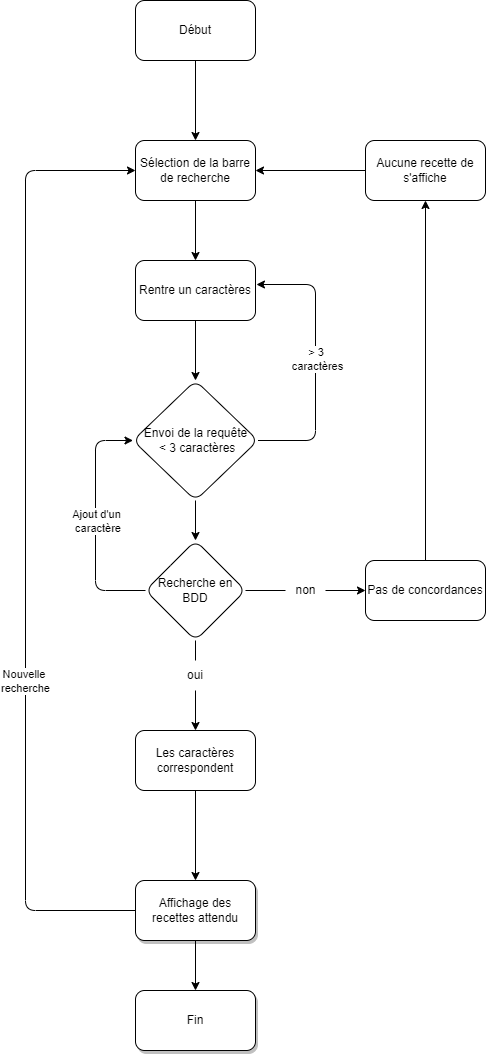
The draw.io diagram public/docs/P07 Search BDD-Page-1.drawio.png in Yan-Coquoz/P07-front-end_search-engine, before a commit. Source tidied: cells renumbered, new cells last; positions are measured from the earlier drawing's top-left corner, leaving out a move shared by most shapes.
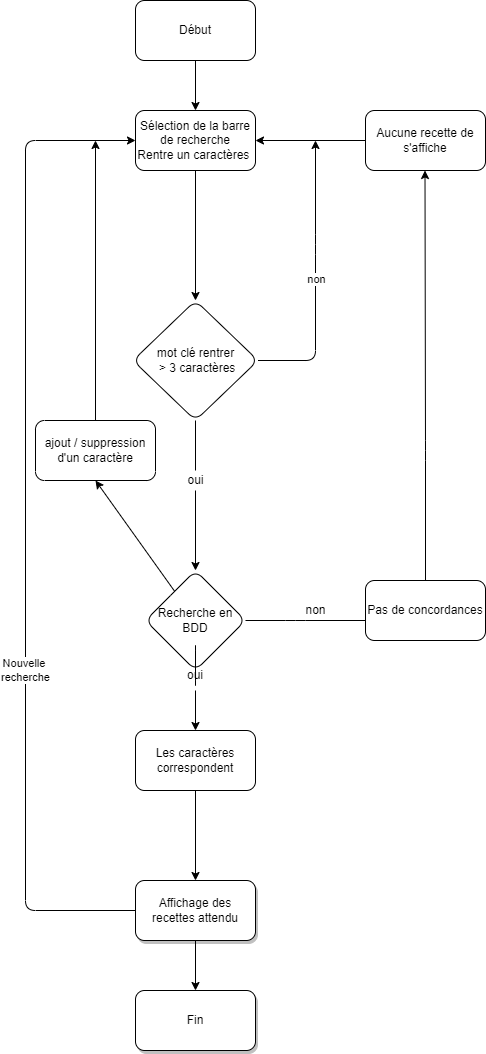
After the commit.

Commit message:
ajout un fichier de test de perf sur les boucles

What changed in the source:
```diff
@@ -8,45 +8,20 @@
     <mxCell id="3" value="Début" style="whiteSpace=wrap;html=1;rounded=1;" parent="1" vertex="1">
       <mxGeometry x="110" width="120" height="60" as="geometry" />
     </mxCell>
-    <mxCell id="4" style="edgeStyle=orthogonalEdgeStyle;jettySize=auto;html=1;" parent="1" edge="1" source="5" target="7">
+    <mxCell id="4" style="edgeStyle=orthogonalEdgeStyle;jettySize=auto;html=1;entryX=0.5;entryY=0;entryDx=0;entryDy=0;" parent="1" edge="1" source="5" target="26">
       <mxGeometry relative="1" as="geometry" />
     </mxCell>
-    <mxCell id="5" value="Sélection de la barre de recherche" style="whiteSpace=wrap;html=1;rounded=1;" parent="1" vertex="1">
-      <mxGeometry x="110" y="140" width="120" height="60" as="geometry" />
+    <mxCell id="5" value="Sélection de la barre de recherche&lt;br&gt;Rentre un caractères&amp;nbsp;" style="whiteSpace=wrap;html=1;rounded=1;" parent="1" vertex="1">
+      <mxGeometry x="110" y="110" width="120" height="60" as="geometry" />
     </mxCell>
-    <mxCell id="6" style="edgeStyle=orthogonalEdgeStyle;jettySize=auto;html=1;" parent="1" edge="1" source="7" target="26">
-      <mxGeometry relative="1" as="geometry" />
-    </mxCell>
-    <mxCell id="7" value="Rentre un caractères" style="whiteSpace=wrap;html=1;rounded=1;" parent="1" vertex="1">
-      <mxGeometry x="110" y="260" width="120" height="60" as="geometry" />
-    </mxCell>
     <mxCell id="8" style="edgeStyle=orthogonalEdgeStyle;jettySize=auto;html=1;startArrow=none;" parent="1" edge="1" source="29" target="14">
       <mxGeometry relative="1" as="geometry" />
     </mxCell>
-    <mxCell id="9" style="edgeStyle=orthogonalEdgeStyle;jettySize=auto;html=1;startArrow=none;" parent="1" edge="1" source="27">
-      <mxGeometry relative="1" as="geometry">
-        <mxPoint x="340" y="590" as="targetPoint" />
-        <Array as="points">
-          <mxPoint x="260" y="590" />
-          <mxPoint x="260" y="590" />
-        </Array>
-      </mxGeometry>
-    </mxCell>
-    <mxCell id="10" style="edgeStyle=orthogonalEdgeStyle;rounded=1;jettySize=auto;html=1;entryX=0;entryY=0.5;entryDx=0;entryDy=0;" parent="1" edge="1" source="12" target="26">
-      <mxGeometry relative="1" as="geometry">
-        <Array as="points">
-          <mxPoint x="70" y="590" />
-          <mxPoint x="70" y="440" />
-        </Array>
-      </mxGeometry>
-    </mxCell>
-    <mxCell id="11" value="Ajout d'un&lt;br&gt;&amp;nbsp;caractère" style="edgeLabel;html=1;align=center;verticalAlign=middle;" parent="10" vertex="1">
-      <mxGeometry x="0.17" y="8" relative="1" as="geometry">
-        <mxPoint x="8" y="19" as="offset" />
-      </mxGeometry>
-    </mxCell>
+    <mxCell id="32" style="edgeStyle=none;html=1;entryX=1;entryY=0.5;entryDx=0;entryDy=0;" parent="1" edge="1" source="12" target="36">
+      <mxGeometry relative="1" as="geometry" />
+    </mxCell>
     <mxCell id="12" value="Recherche en BDD" style="rhombus;whiteSpace=wrap;html=1;rounded=1;" parent="1" vertex="1">
-      <mxGeometry x="120" y="540" width="100" height="100" as="geometry" />
+      <mxGeometry x="120" y="570" width="100" height="100" as="geometry" />
     </mxCell>
     <mxCell id="13" style="edgeStyle=orthogonalEdgeStyle;jettySize=auto;html=1;" parent="1" edge="1" source="14" target="18">
       <mxGeometry relative="1" as="geometry" />
@@ -54,11 +29,11 @@
     <mxCell id="14" value="Les caractères correspondent" style="whiteSpace=wrap;html=1;rounded=1;" parent="1" vertex="1">
       <mxGeometry x="110" y="730" width="120" height="60" as="geometry" />
     </mxCell>
-    <mxCell id="15" style="edgeStyle=orthogonalEdgeStyle;jettySize=auto;html=1;entryX=0;entryY=0.5;entryDx=0;entryDy=0;exitX=0;exitY=0.5;exitDx=0;exitDy=0;" parent="1" edge="1" source="18" target="5">
+    <mxCell id="15" style="edgeStyle=orthogonalEdgeStyle;jettySize=auto;html=1;exitX=0;exitY=0.5;exitDx=0;exitDy=0;entryX=0;entryY=0.5;entryDx=0;entryDy=0;" parent="1" edge="1" source="18" target="5">
       <mxGeometry relative="1" as="geometry">
         <Array as="points">
           <mxPoint y="910" />
-          <mxPoint y="170" />
+          <mxPoint y="140" />
         </Array>
       </mxGeometry>
     </mxCell>
@@ -71,53 +46,43 @@
     <mxCell id="18" value="Affichage des recettes attendu" style="whiteSpace=wrap;html=1;shadow=1;rounded=1;" parent="1" vertex="1">
       <mxGeometry x="110" y="880" width="120" height="60" as="geometry" />
     </mxCell>
-    <mxCell id="19" style="edgeStyle=orthogonalEdgeStyle;orthogonalLoop=1;jettySize=auto;html=1;" parent="1" edge="1">
+    <mxCell id="19" style="edgeStyle=orthogonalEdgeStyle;jettySize=auto;html=1;exitX=0.5;exitY=0;exitDx=0;exitDy=0;" parent="1" edge="1" source="20">
       <mxGeometry relative="1" as="geometry">
-        <mxPoint x="400" y="560" as="sourcePoint" />
-        <mxPoint x="400" y="200" as="targetPoint" />
+        <mxPoint x="399.5" y="170" as="targetPoint" />
+        <Array as="points">
+          <mxPoint x="400" y="450" />
+        </Array>
       </mxGeometry>
     </mxCell>
     <mxCell id="20" value="Pas de concordances" style="whiteSpace=wrap;html=1;rounded=1;" parent="1" vertex="1">
-      <mxGeometry x="340" y="560" width="120" height="60" as="geometry" />
+      <mxGeometry x="340" y="580" width="120" height="60" as="geometry" />
     </mxCell>
-    <mxCell id="21" style="edgeStyle=orthogonalEdgeStyle;jettySize=auto;html=1;" parent="1" edge="1" target="5">
-      <mxGeometry relative="1" as="geometry">
-        <mxPoint x="340" y="170" as="sourcePoint" />
-      </mxGeometry>
+    <mxCell id="21" style="edgeStyle=orthogonalEdgeStyle;jettySize=auto;html=1;exitX=0;exitY=0.5;exitDx=0;exitDy=0;" parent="1" edge="1" source="22" target="5">
+      <mxGeometry relative="1" as="geometry" />
     </mxCell>
     <mxCell id="22" value="Aucune recette de s'affiche" style="whiteSpace=wrap;html=1;rounded=1;" parent="1" vertex="1">
-      <mxGeometry x="340" y="140" width="120" height="60" as="geometry" />
+      <mxGeometry x="340" y="110" width="120" height="60" as="geometry" />
     </mxCell>
-    <mxCell id="23" style="edgeStyle=orthogonalEdgeStyle;jettySize=auto;html=1;" parent="1" edge="1" source="26" target="12">
-      <mxGeometry relative="1" as="geometry" />
-    </mxCell>
-    <mxCell id="24" style="edgeStyle=orthogonalEdgeStyle;rounded=1;jettySize=auto;html=1;entryX=1.008;entryY=0.4;entryDx=0;entryDy=0;entryPerimeter=0;startArrow=none;exitX=1;exitY=0.5;exitDx=0;exitDy=0;" parent="1" edge="1" source="26" target="7">
+    <mxCell id="24" style="edgeStyle=orthogonalEdgeStyle;rounded=1;jettySize=auto;html=1;startArrow=none;exitX=1;exitY=0.5;exitDx=0;exitDy=0;" parent="1" edge="1" source="26">
       <mxGeometry relative="1" as="geometry">
+        <mxPoint x="290" y="140" as="targetPoint" />
         <Array as="points">
-          <mxPoint x="290" y="440" />
-          <mxPoint x="290" y="284" />
+          <mxPoint x="290" y="360" />
+          <mxPoint x="290" y="244" />
         </Array>
       </mxGeometry>
     </mxCell>
-    <mxCell id="25" value="&amp;gt; 3&amp;nbsp;&lt;br&gt;caractères" style="edgeLabel;html=1;align=center;verticalAlign=middle;" parent="24" vertex="1">
-      <mxGeometry x="0.12" y="-1" relative="1" as="geometry">
-        <mxPoint y="14" as="offset" />
-      </mxGeometry>
-    </mxCell>
+    <mxCell id="33" value="non" style="edgeLabel;html=1;align=center;verticalAlign=middle;" parent="24" vertex="1">
+      <mxGeometry x="-0.3" relative="1" as="geometry">
+        <mxPoint y="-42" as="offset" />
+      </mxGeometry>
+    </mxCell>
+    <mxCell id="34" style="edgeStyle=none;html=1;entryX=0.5;entryY=0;entryDx=0;entryDy=0;startArrow=none;" parent="1" edge="1" source="38" target="12">
+      <mxGeometry relative="1" as="geometry" />
+    </mxCell>
-    <mxCell id="26" value="Envoi de la requête&lt;br&gt;&amp;nbsp;&amp;lt; 3 caractères" style="rhombus;whiteSpace=wrap;html=1;rounded=1;" parent="1" vertex="1">
-      <mxGeometry x="107.5" y="380" width="125" height="120" as="geometry" />
+    <mxCell id="26" value="mot clé rentrer&lt;br&gt;&amp;nbsp;&amp;gt; 3 caractères" style="rhombus;whiteSpace=wrap;html=1;rounded=1;" parent="1" vertex="1">
+      <mxGeometry x="107.5" y="300" width="125" height="120" as="geometry" />
     </mxCell>
-    <mxCell id="27" value="non" style="text;html=1;align=center;verticalAlign=middle;points=[];strokeColor=none;fillColor=none;rounded=1;" parent="1" vertex="1">
-      <mxGeometry x="260" y="580" width="40" height="20" as="geometry" />
-    </mxCell>
-    <mxCell id="28" style="edgeStyle=orthogonalEdgeStyle;jettySize=auto;html=1;endArrow=none;" parent="1" edge="1" source="12" target="27">
-      <mxGeometry relative="1" as="geometry">
-        <Array as="points">
-          <mxPoint x="260" y="590" />
-          <mxPoint x="260" y="590" />
-        </Array>
-      </mxGeometry>
-    </mxCell>
     <mxCell id="29" value="oui" style="text;html=1;strokeColor=none;fillColor=none;align=center;verticalAlign=middle;whiteSpace=wrap;rounded=1;" parent="1" vertex="1">
       <mxGeometry x="140" y="660" width="60" height="30" as="geometry" />
     </mxCell>
@@ -127,5 +92,30 @@
     <mxCell id="31" value="Fin" style="whiteSpace=wrap;html=1;shadow=1;rounded=1;" parent="1" vertex="1">
       <mxGeometry x="110" y="990" width="120" height="60" as="geometry" />
     </mxCell>
+    <mxCell id="35" style="edgeStyle=none;html=1;" parent="1" edge="1" source="36">
+      <mxGeometry relative="1" as="geometry">
+        <mxPoint x="70" y="140" as="targetPoint" />
+      </mxGeometry>
+    </mxCell>
+    <mxCell id="36" value="ajout / suppression d'un caractère" style="whiteSpace=wrap;html=1;rounded=1;direction=south;" parent="1" vertex="1">
+      <mxGeometry x="10" y="420" width="120" height="60" as="geometry" />
+    </mxCell>
+    <mxCell id="27" value="non" style="text;html=1;align=center;verticalAlign=middle;points=[];strokeColor=none;fillColor=none;rounded=1;" parent="1" vertex="1">
+      <mxGeometry x="270" y="600" width="40" height="20" as="geometry" />
+    </mxCell>
+    <mxCell id="37" style="edgeStyle=orthogonalEdgeStyle;jettySize=auto;html=1;endArrow=none;" parent="1" edge="1" source="12">
+      <mxGeometry relative="1" as="geometry">
+        <mxPoint x="340" y="620" as="targetPoint" />
+        <Array as="points">
+          <mxPoint x="270" y="620" />
+        </Array>
+      </mxGeometry>
+    </mxCell>
+    <mxCell id="38" value="oui" style="text;html=1;align=center;verticalAlign=middle;points=[];strokeColor=none;fillColor=none;" parent="1" vertex="1">
+      <mxGeometry x="155" y="470" width="30" height="20" as="geometry" />
+    </mxCell>
+    <mxCell id="39" style="edgeStyle=none;html=1;entryX=0.5;entryY=0;entryDx=0;entryDy=0;endArrow=none;" parent="1" edge="1" source="26" target="38">
+      <mxGeometry relative="1" as="geometry" />
+    </mxCell>
   </root>
 </mxGraphModel>
```
